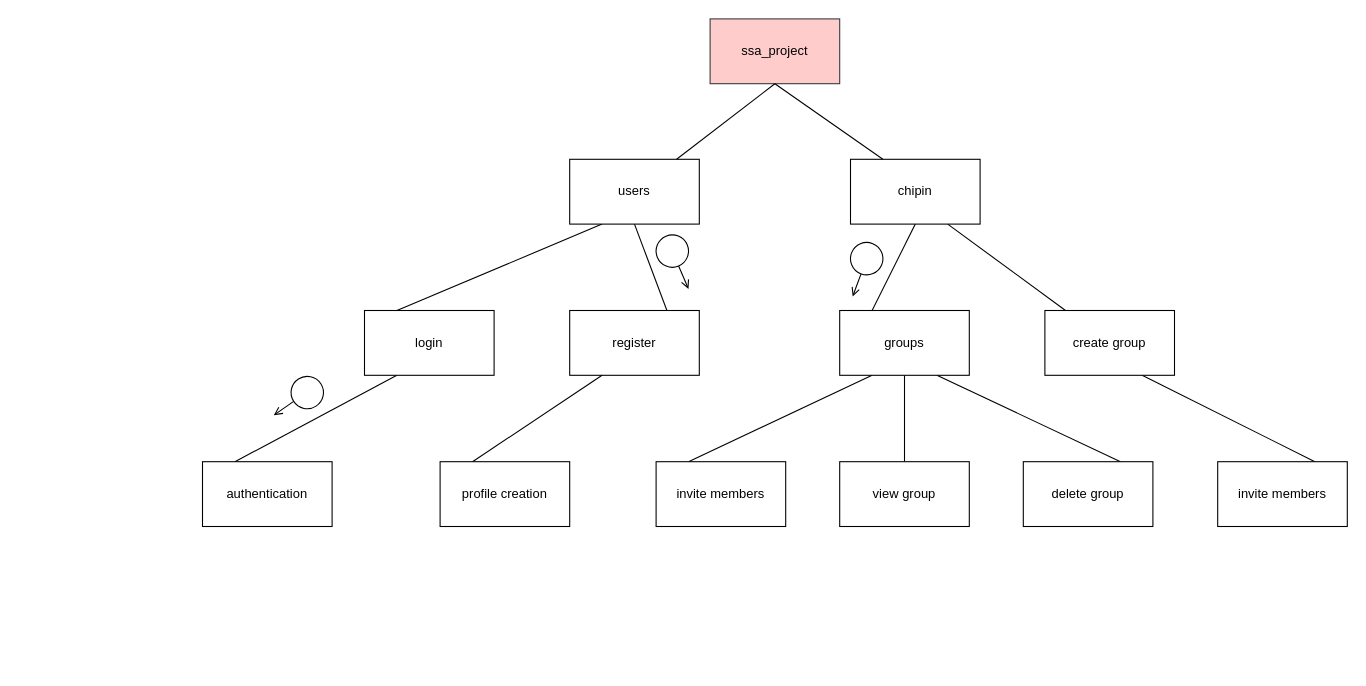
The draw.io diagram Untitled Diagram.drawio in p4rsl3yyy/ssa_project, before the edit. Source tidied: cells renumbered, new cells numbered last; positions are measured from the earlier drawing's top-left corner, leaving out a move shared by most shapes. Both pictures are drawn from the tidied source at 108%, with x=0, y=0 at pixel (202, 18).
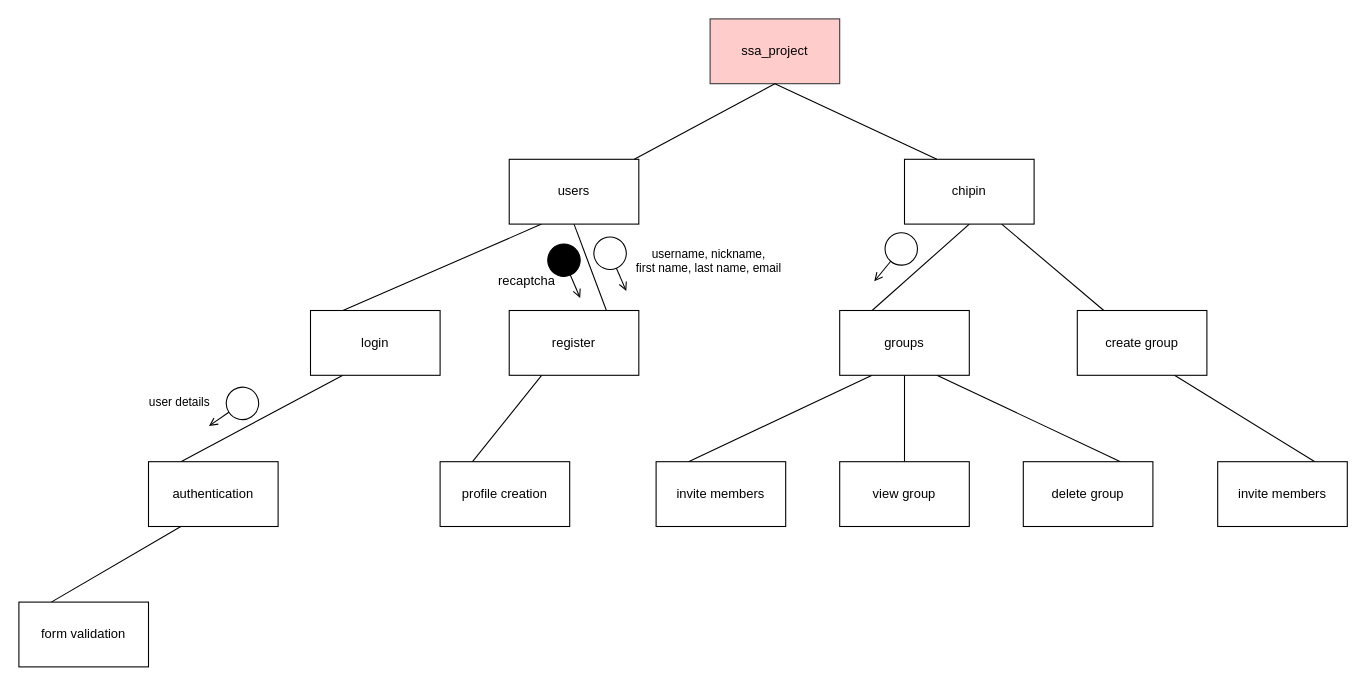
After the change.

Change to the diagram source:
```diff
@@
     <mxCell id="5" value="users" style="rounded=0;whiteSpace=wrap;html=1;" parent="1" vertex="1">
-      <mxGeometry x="340" y="130" width="120" height="60" as="geometry" />
+      <mxGeometry x="284" y="130" width="120" height="60" as="geometry" />
     </mxCell>
@@
     <mxCell id="9" value="chipin" style="rounded=0;whiteSpace=wrap;html=1;" parent="1" vertex="1">
-      <mxGeometry x="600" y="130" width="120" height="60" as="geometry" />
+      <mxGeometry x="650" y="130" width="120" height="60" as="geometry" />
     </mxCell>
@@
     <mxCell id="12" value="login" style="rounded=0;whiteSpace=wrap;html=1;" parent="1" vertex="1">
-      <mxGeometry x="150" y="270" width="120" height="60" as="geometry" />
+      <mxGeometry x="100" y="270" width="120" height="60" as="geometry" />
     </mxCell>
     <mxCell id="13" value="register" style="rounded=0;whiteSpace=wrap;html=1;" parent="1" vertex="1">
-      <mxGeometry x="340" y="270" width="120" height="60" as="geometry" />
+      <mxGeometry x="284" y="270" width="120" height="60" as="geometry" />
     </mxCell>
@@
     <mxCell id="19" value="create group" style="rounded=0;whiteSpace=wrap;html=1;" parent="1" vertex="1">
-      <mxGeometry x="780" y="270" width="120" height="60" as="geometry" />
+      <mxGeometry x="810" y="270" width="120" height="60" as="geometry" />
     </mxCell>
+    <mxCell id="36" style="rounded=0;jettySize=auto;html=1;exitX=0.25;exitY=1;exitDx=0;exitDy=0;entryX=0.25;entryY=0;entryDx=0;entryDy=0;endArrow=none;endFill=0;" parent="1" edge="1" source="20" target="43">
+      <mxGeometry relative="1" as="geometry" />
+    </mxCell>
     <mxCell id="20" value="authentication" style="rounded=0;whiteSpace=wrap;html=1;" parent="1" vertex="1">
-      <mxGeometry y="410" width="120" height="60" as="geometry" />
+      <mxGeometry x="-50" y="410" width="120" height="60" as="geometry" />
     </mxCell>
@@
     <mxCell id="27" style="group;" parent="1" vertex="1">
-      <mxGeometry x="415.3" y="195.3" width="39.3" height="54.7" as="geometry" />
+      <mxGeometry x="357.7" y="197.3" width="39.3" height="54.7" as="geometry" />
     </mxCell>
@@
     <mxCell id="30" style="group;rotation=80;" parent="1" vertex="1">
-      <mxGeometry x="70" y="320" width="39.3" height="54.7" as="geometry" />
+      <mxGeometry x="10" y="330" width="39.3" height="54.7" as="geometry" />
     </mxCell>
@@
-    <mxCell id="33" style="group;rotation=45;" parent="1" vertex="1">
-      <mxGeometry x="590" y="200" width="39.3" height="54.7" as="geometry" />
+    <mxCell id="33" style="group;rotation=65;" parent="1" vertex="1">
+      <mxGeometry x="620" y="190" width="39.3" height="54.7" as="geometry" />
     </mxCell>
-    <mxCell id="34" style="ellipse;html=1;rotation=112;" parent="33" vertex="1">
-      <mxGeometry x="10" y="7" width="30" height="30" as="geometry" />
+    <mxCell id="34" style="ellipse;html=1;rotation=132;" parent="33" vertex="1">
+      <mxGeometry x="12" y="8" width="30" height="30" as="geometry" />
     </mxCell>
     <mxCell id="35" style="endArrow=open;html=1;rounded=0;align=center;verticalAlign=top;endFill=0;labelBackgroundColor=none;endSize=6;" parent="33" edge="1" source="34">
       <mxGeometry relative="1" as="geometry">
-        <mxPoint x="12" y="57" as="targetPoint" />
+        <mxPoint x="2" y="53" as="targetPoint" />
       </mxGeometry>
     </mxCell>
+    <mxCell id="37" style="group;" parent="1" vertex="1">
+      <mxGeometry x="315" y="203.7" width="39.3" height="54.7" as="geometry" />
+    </mxCell>
+    <mxCell id="38" style="ellipse;html=1;rotation=67;fillColor=#000000;" parent="37" vertex="1">
+      <mxGeometry x="4.7" y="4.7" width="30" height="30" as="geometry" />
+    </mxCell>
+    <mxCell id="39" style="endArrow=open;html=1;rounded=0;align=center;verticalAlign=top;endFill=0;labelBackgroundColor=none;endSize=6;" parent="37" edge="1" source="38">
+      <mxGeometry relative="1" as="geometry">
+        <mxPoint x="34.7" y="54.7" as="targetPoint" />
+      </mxGeometry>
+    </mxCell>
+    <mxCell id="40" value="recaptcha" style="text;html=1;align=center;verticalAlign=middle;strokeColor=none;fillColor=none;" parent="1" vertex="1">
+      <mxGeometry x="260" y="228.3" width="80" height="30" as="geometry" />
+    </mxCell>
+    <mxCell id="41" value="&lt;font style=&quot;font-size: 11px;&quot;&gt;username, nickname,&amp;nbsp;&lt;/font&gt;&lt;div style=&quot;font-size: 11px;&quot;&gt;&lt;font style=&quot;font-size: 11px;&quot;&gt;&lt;font style=&quot;font-size: 11px;&quot;&gt;first name, last name, email&lt;/font&gt;&lt;font style=&quot;font-size: 11px;&quot;&gt;&amp;nbsp;&lt;/font&gt;&lt;/font&gt;&lt;/div&gt;" style="text;html=1;align=center;verticalAlign=middle;strokeColor=none;fillColor=none;" parent="1" vertex="1">
+      <mxGeometry x="390" y="203.7" width="160" height="40" as="geometry" />
+    </mxCell>
+    <mxCell id="42" value="&lt;font style=&quot;font-size: 11px;&quot;&gt;user details&lt;/font&gt;&lt;span style=&quot;font-size: 11px; background-color: initial;&quot;&gt;&amp;nbsp;&lt;/span&gt;" style="text;html=1;align=center;verticalAlign=middle;strokeColor=none;fillColor=none;" parent="1" vertex="1">
+      <mxGeometry x="-60" y="340" width="80" height="30" as="geometry" />
+    </mxCell>
+    <mxCell id="43" value="form validation" style="rounded=0;whiteSpace=wrap;html=1;" parent="1" vertex="1">
+      <mxGeometry x="-170" y="540" width="120" height="60" as="geometry" />
+    </mxCell>
```
